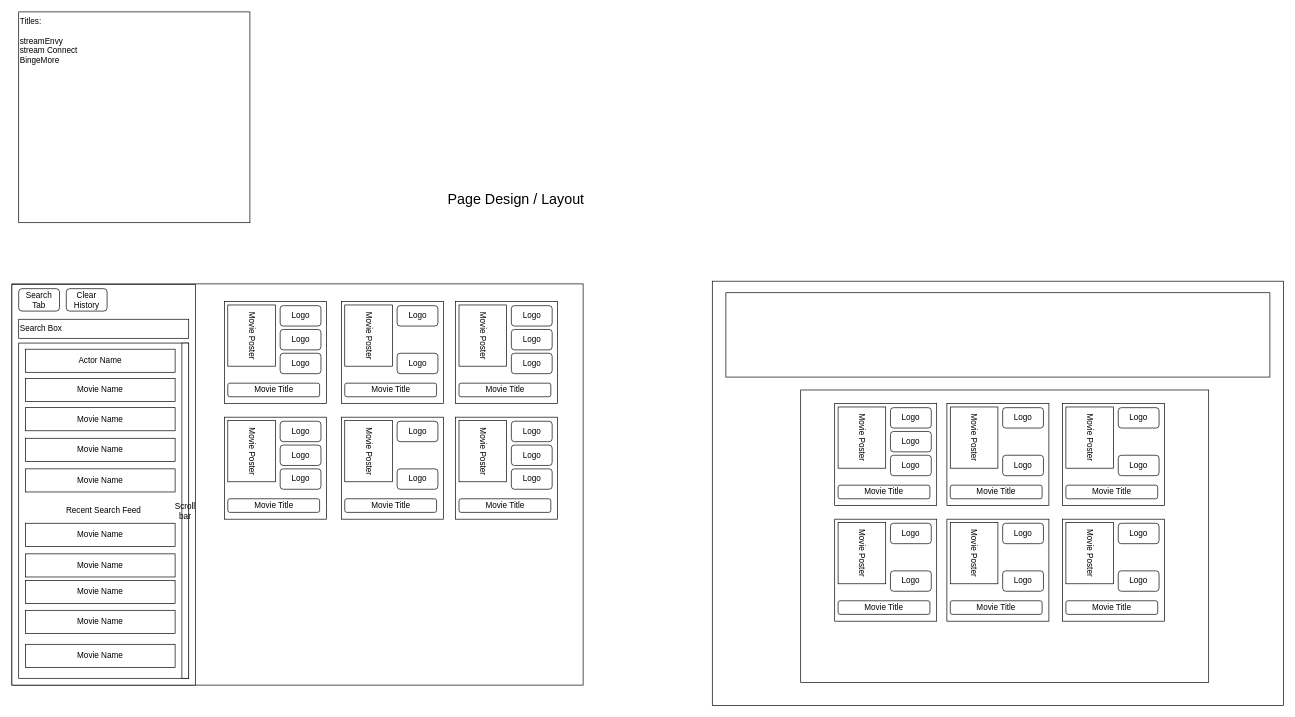
gatorhatur/stream-connect keeps this draw.io diagram as page "Page Layout" (1 of 3) of Stream Connect.drawio. Above is the earlier version. Source tidied: cells renumbered, new cells numbered last; positions are measured from the earlier drawing's top-left corner, leaving out a move shared by most shapes. Both pictures are drawn from the tidied source at 68%, with x=0, y=0 at pixel (12, 12).
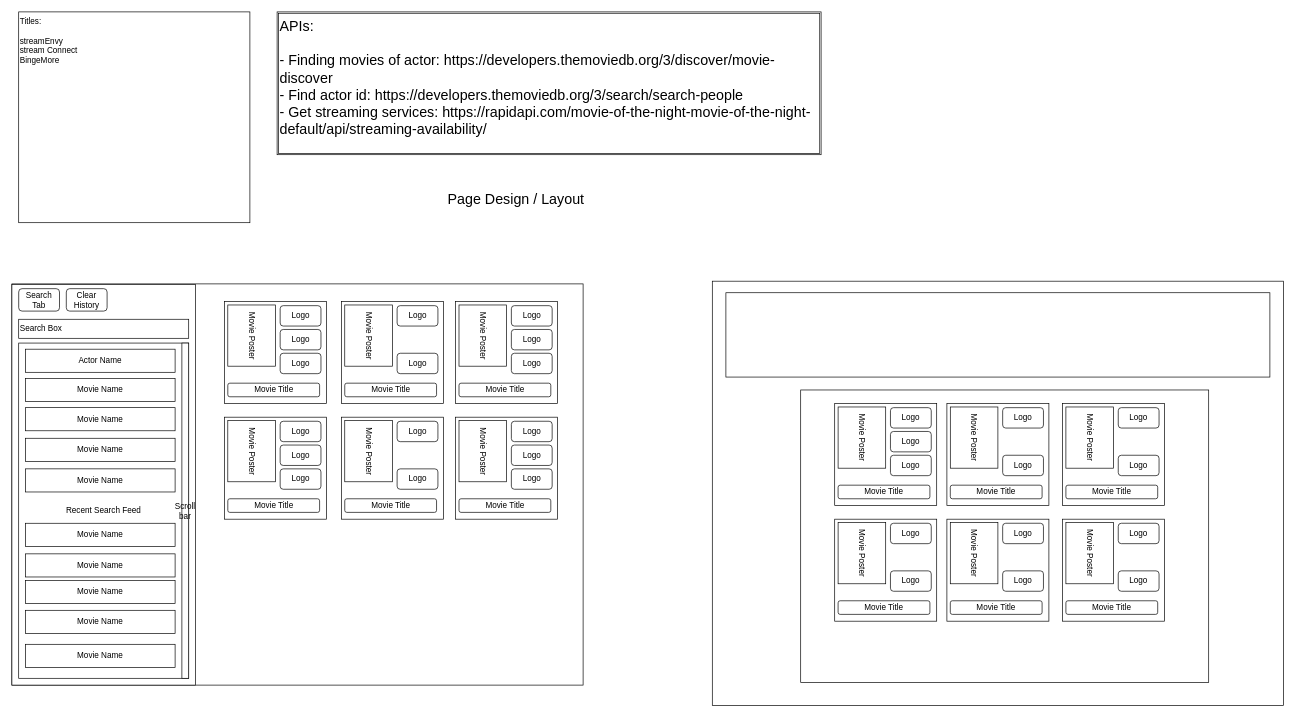
After the change.

Diff of the diagram source:
```diff
@@
+    <mxCell id="89" value="APIs:&lt;br&gt;&lt;br&gt;- Finding movies of actor:&amp;nbsp;https://developers.themoviedb.org/3/discover/movie-discover&lt;br&gt;- Find actor id:&amp;nbsp;https://developers.themoviedb.org/3/search/search-people&lt;br&gt;- Get streaming services:&amp;nbsp;https://rapidapi.com/movie-of-the-night-movie-of-the-night-default/api/streaming-availability/" style="shape=ext;double=1;rounded=0;whiteSpace=wrap;html=1;fontSize=21;align=left;verticalAlign=top;" parent="1" vertex="1">
+      <mxGeometry x="390" width="800" height="210" as="geometry" />
+    </mxCell>
```
